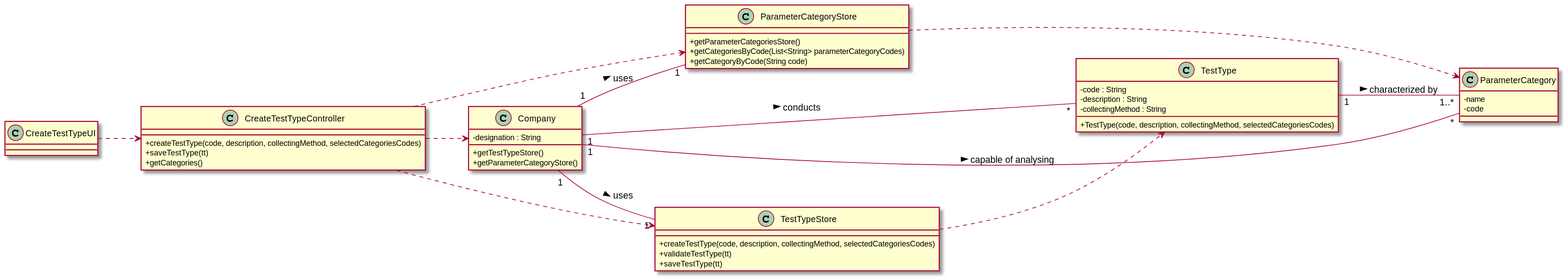
Before: docs/SprintB/US_9/US9_CD.svg, a diagram exported from PlantUML (ana-albergaria/LAPR2-ISEP).
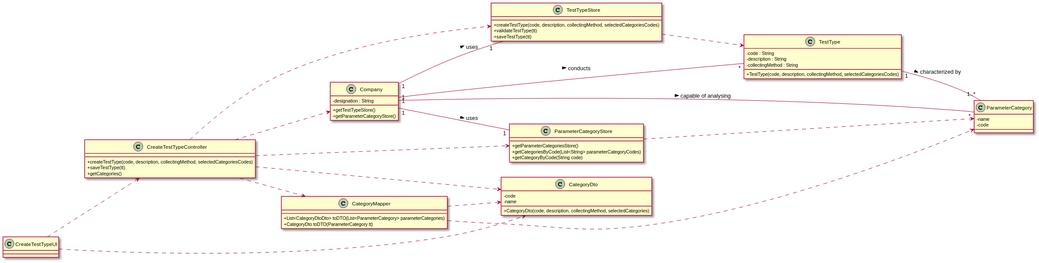
Later version of the same file.

The edit, as a diff of the source:
```diff
@@ -40,9 +40,25 @@
 +saveTestType(tt)
 }
 
+class CategoryMapper {
++List<CategoryDtoDto> toDTO(List<ParameterCategory> parameterCategories)
++CategoryDto toDTO(ParameterCategory tt)
+}
+
+
+class CategoryDto {
+-code
+-name
++CategoryDto(code, description, collectingMethod, selectedCategories)
+}
 
 CreateTestTypeUI ..> CreateTestTypeController
+CreateTestTypeUI ..> CategoryDto
+CategoryMapper ..> CategoryDto
+CategoryMapper ..> ParameterCategory
 CreateTestTypeController ..> Company
+CreateTestTypeController ..> CategoryMapper
+CreateTestTypeController ..> CategoryDto
 CreateTestTypeController ..> ParameterCategoryStore
 CreateTestTypeController ..> TestTypeStore
 TestTypeStore ..> TestType
```
